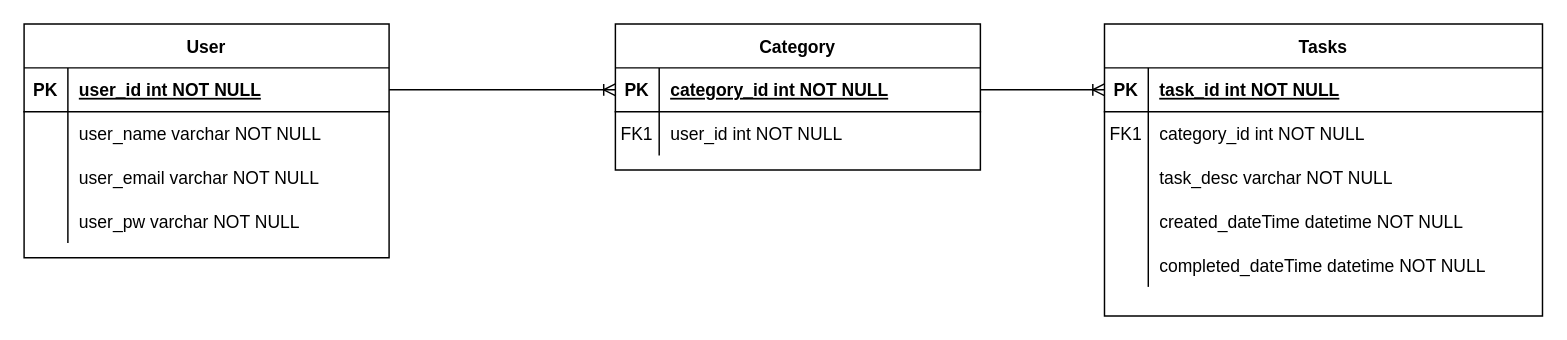
This is databaseDesign.drawio from ahmadanwar93/final-project, a draw.io file, before an edit. Source tidied: cells renumbered, new cells numbered last; positions are measured from the earlier drawing's top-left corner, leaving out a move shared by most shapes. Both pictures are drawn from the tidied source at 146%, with x=0, y=0 at pixel (23, 23).
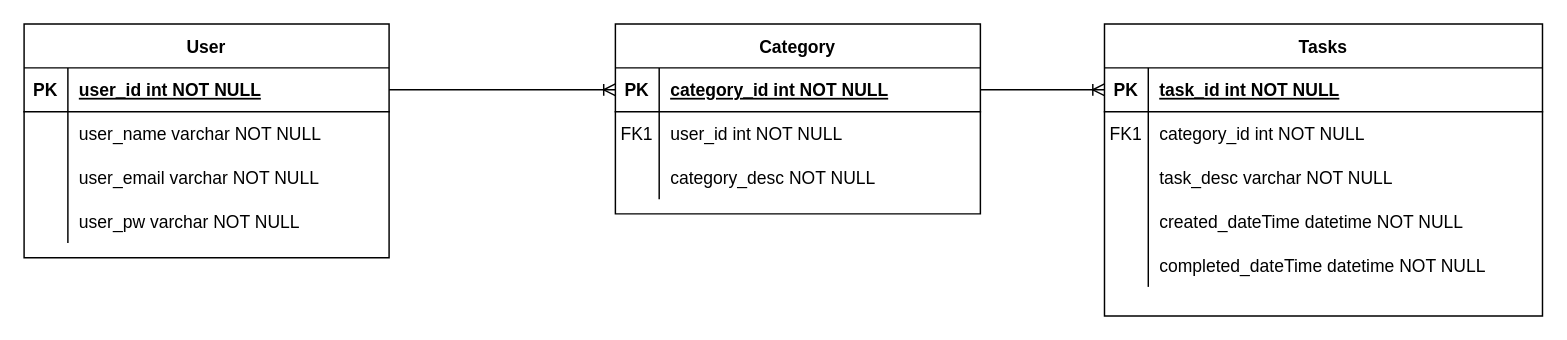
The same diagram, later.

Change to the diagram source:
```diff
@@
     <mxCell id="31" value="Category" style="shape=table;startSize=30;childLayout=tableLayout;rowLines=0;fontStyle=1;align=center;" parent="1" vertex="1">
-      <mxGeometry x="405" width="250" height="100" as="geometry" />
+      <mxGeometry x="405" width="250" height="130" as="geometry" />
     </mxCell>
@@
+    <mxCell id="40" style="shape=partialRectangle;fillColor=none;top=0;left=0;right=0;bottom=0;" parent="31" vertex="1">
+      <mxGeometry y="90" width="250" height="30" as="geometry" />
+    </mxCell>
+    <mxCell id="41" style="shape=partialRectangle;overflow=hidden;fillColor=none;top=0;left=0;bottom=0;right=0;" parent="40" vertex="1">
+      <mxGeometry width="30" height="30" as="geometry" />
+    </mxCell>
+    <mxCell id="42" value="category_desc NOT NULL" style="shape=partialRectangle;overflow=hidden;fillColor=none;top=0;left=0;bottom=0;right=0;align=left;spacingLeft=6;" parent="40" vertex="1">
+      <mxGeometry x="30" width="220" height="30" as="geometry" />
+    </mxCell>
```
